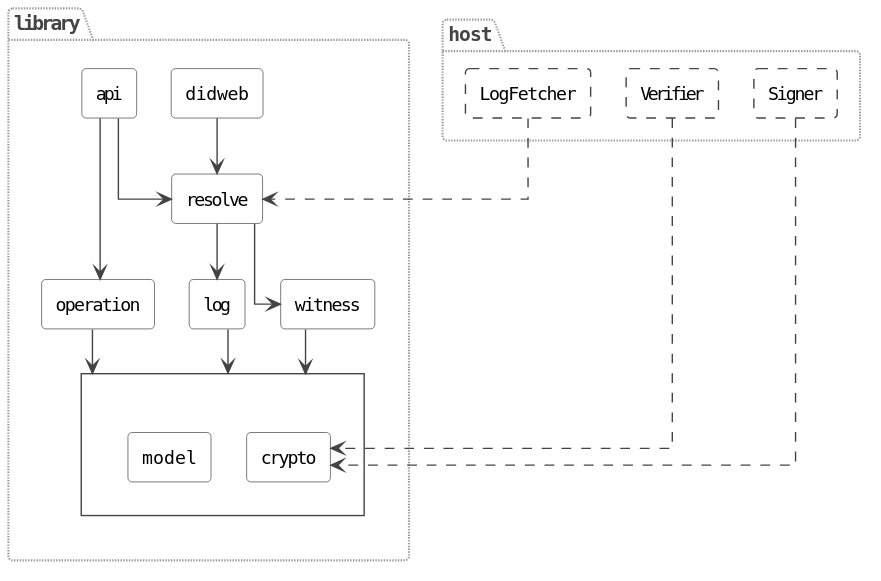
european-epc-competence-center/didwebvh keeps this PlantUML diagram as didwebvh-java/docs/diagrams/architecture-overview.svg. Above is the earlier version.
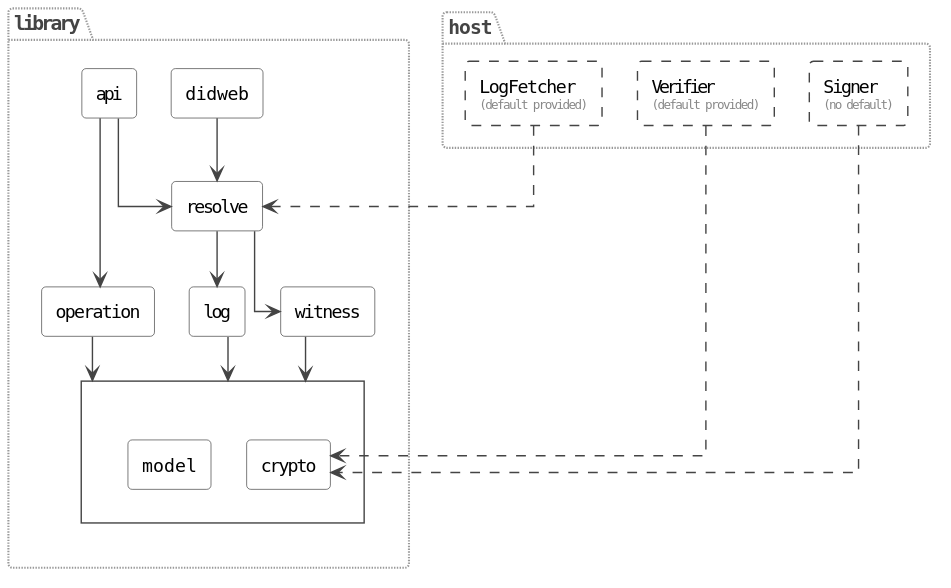
The same diagram one commit later.

Commit message:
updated defaults in UML

Diff of the diagram source:
```diff
@@ -49,9 +49,9 @@
 }
 
 package "host" {
-  component "LogFetcher" as fetcher #line.dashed
-  component "Verifier" as verifier #line.dashed
-  component "Signer" as signer #line.dashed
+  component "LogFetcher\n<size:9><color:#888888>(default provided)</color></size>" as fetcher #line.dashed
+  component "Verifier\n<size:9><color:#888888>(default provided)</color></size>" as verifier #line.dashed
+  component "Signer\n<size:9><color:#888888>(no default)</color></size>" as signer #line.dashed
 }
 
 api --> operation
```
